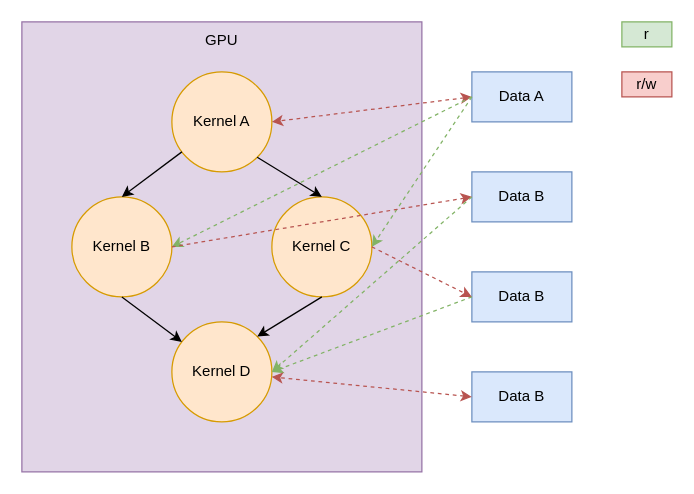
The draw.io diagram Lesson_Materials/Lecture_10_Data_and_Dependencies/diamond_data_flow.drawio in codeplaysoftware/syclacademy, before the edit. Source tidied: cells renumbered, new cells numbered last; positions are measured from the earlier drawing's top-left corner, leaving out a move shared by most shapes. Both pictures are drawn from the tidied source at 125%, with x=0, y=0 at pixel (21, 21).
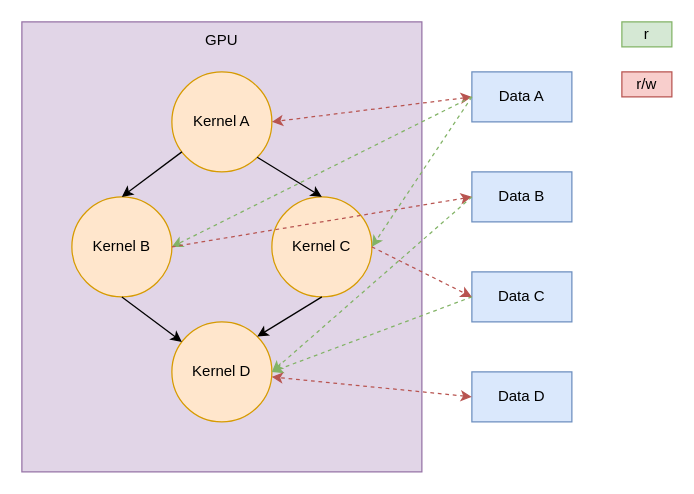
After the change.

Commit message (it also covers changes not shown here):
Updating errors found in diagrams

The edit, as a diff of the source:
```diff
@@
-    <mxCell id="11" value="Data B" style="rounded=0;whiteSpace=wrap;html=1;fillColor=#dae8fc;strokeColor=#6c8ebf;" parent="1" vertex="1">
+    <mxCell id="11" value="Data C" style="rounded=0;whiteSpace=wrap;html=1;fillColor=#dae8fc;strokeColor=#6c8ebf;" parent="1" vertex="1">
       <mxGeometry x="360" y="200" width="80" height="40" as="geometry" />
     </mxCell>
-    <mxCell id="12" value="Data B" style="rounded=0;whiteSpace=wrap;html=1;fillColor=#dae8fc;strokeColor=#6c8ebf;" parent="1" vertex="1">
+    <mxCell id="12" value="Data D" style="rounded=0;whiteSpace=wrap;html=1;fillColor=#dae8fc;strokeColor=#6c8ebf;" parent="1" vertex="1">
       <mxGeometry x="360" y="280" width="80" height="40" as="geometry" />
     </mxCell>
```
